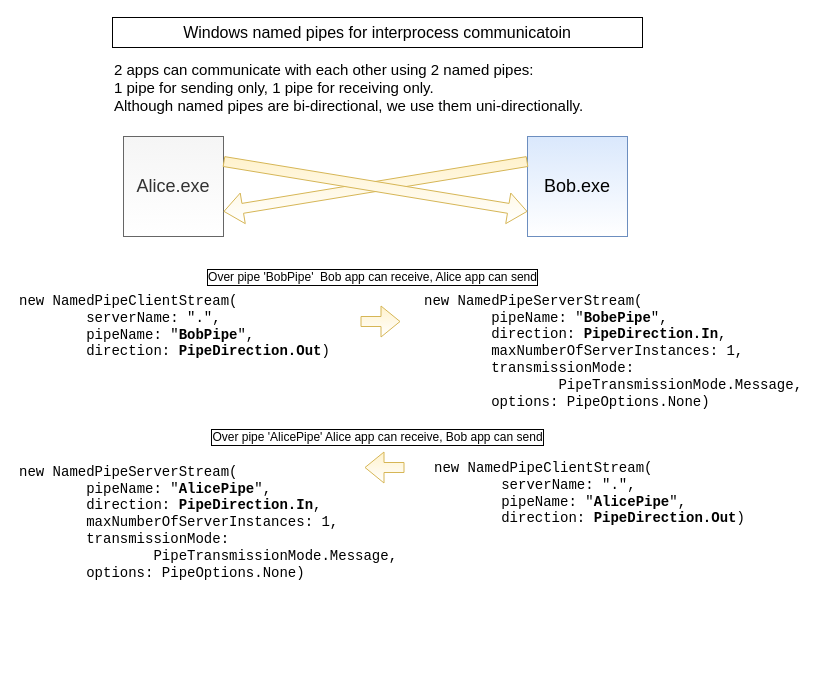
Before: docs/NamedPipes.drawio in nklkli/NamedPipes, a draw.io diagram. Source tidied: cells renumbered, new cells numbered last; positions are measured from the earlier drawing's top-left corner, leaving out a move shared by most shapes. Both pictures are drawn from the tidied source at 100%, with x=0, y=0 at pixel (17, 17).
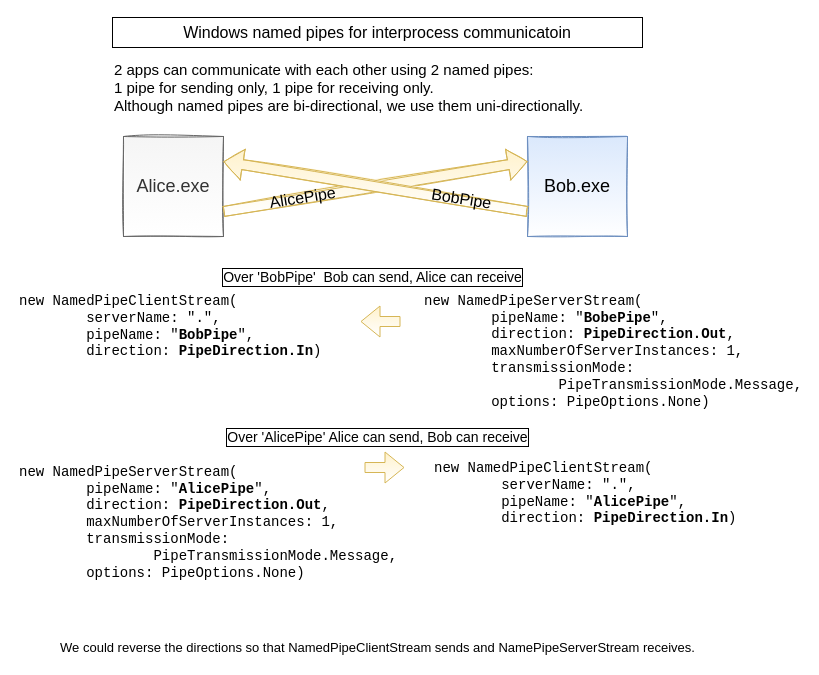
The same page after the edit.

Commit message (it also covers changes not shown here):
Diagram improved, directions reversed

Change to the diagram source:
```diff
@@
-    <mxCell id="2" value="Alice.exe" style="whiteSpace=wrap;html=1;fillColor=#f5f5f5;fontColor=#333333;strokeColor=#666666;gradientColor=#ffffff;fontSize=18;" parent="1" vertex="1">
+    <mxCell id="2" value="Alice.exe" style="whiteSpace=wrap;html=1;fillColor=#f5f5f5;fontColor=#333333;strokeColor=#666666;gradientColor=#ffffff;fontSize=18;sketch=1;" parent="1" vertex="1">
       <mxGeometry x="106" y="119" width="100" height="100" as="geometry" />
     </mxCell>
-    <mxCell id="3" value="Bob.exe" style="whiteSpace=wrap;html=1;fillColor=#dae8fc;strokeColor=#6c8ebf;gradientColor=#ffffff;shadow=0;fontSize=18;" parent="1" vertex="1">
+    <mxCell id="3" value="Bob.exe" style="whiteSpace=wrap;html=1;fillColor=#dae8fc;strokeColor=#6c8ebf;gradientColor=#ffffff;shadow=0;fontSize=18;glass=0;rounded=0;sketch=1;" parent="1" vertex="1">
       <mxGeometry x="510" y="119" width="100" height="100" as="geometry" />
     </mxCell>
-    <mxCell id="4" style="shape=flexArrow;endArrow=classic;html=1;rounded=1;strokeColor=#d6b656;shadow=0;fillColor=#fff2cc;gradientColor=#ffffff;entryX=1;entryY=0.75;entryDx=0;entryDy=0;exitX=0;exitY=0.25;exitDx=0;exitDy=0;" parent="1" edge="1" source="3" target="2">
+    <mxCell id="4" style="shape=flexArrow;endArrow=classic;html=1;rounded=1;strokeColor=#d6b656;shadow=0;fillColor=#fff2cc;gradientColor=#ffffff;entryX=0;entryY=0.25;entryDx=0;entryDy=0;exitX=1;exitY=0.75;exitDx=0;exitDy=0;sketch=1;" parent="1" edge="1" source="2" target="3">
       <mxGeometry relative="1" as="geometry" />
     </mxCell>
+    <mxCell id="16" value="AlicePipe" style="edgeLabel;html=1;align=center;verticalAlign=middle;fontSize=16;rotation=351;labelBackgroundColor=none;" parent="4" vertex="1">
+      <mxGeometry x="0.61" y="1" relative="1" as="geometry">
+        <mxPoint x="-166" y="27" as="offset" />
+      </mxGeometry>
+    </mxCell>
-    <mxCell id="5" style="shape=flexArrow;endArrow=classic;html=1;rounded=1;strokeColor=#d6b656;shadow=0;fillColor=#fff2cc;exitX=1;exitY=0.25;exitDx=0;exitDy=0;entryX=0;entryY=0.75;entryDx=0;entryDy=0;endSize=6;startSize=6;gradientColor=#ffffff;" parent="1" edge="1" source="2" target="3">
+    <mxCell id="5" style="shape=flexArrow;endArrow=classic;html=1;rounded=1;strokeColor=#d6b656;shadow=0;fillColor=#fff2cc;exitX=0;exitY=0.75;exitDx=0;exitDy=0;entryX=1;entryY=0.25;entryDx=0;entryDy=0;endSize=6;startSize=6;gradientColor=#ffffff;sketch=1;" parent="1" edge="1" source="3" target="2">
       <mxGeometry relative="1" as="geometry" />
     </mxCell>
+    <mxCell id="17" value="BobPipe" style="edgeLabel;align=center;verticalAlign=middle;fontSize=16;html=1;horizontal=1;rotation=9;labelBackgroundColor=none;" parent="5" vertex="1">
+      <mxGeometry x="-0.25" y="-2" relative="1" as="geometry">
+        <mxPoint x="48" y="7" as="offset" />
+      </mxGeometry>
+    </mxCell>
-    <mxCell id="6" value="&lt;div style=&quot;font-size: 14px;&quot;&gt;new NamedPipeClientStream(&lt;/div&gt;&lt;div style=&quot;font-size: 14px;&quot;&gt;&lt;span style=&quot;white-space: pre; font-size: 14px;&quot;&gt;&#9;&lt;/span&gt;serverName: &quot;.&quot;,&lt;/div&gt;&lt;div style=&quot;font-size: 14px;&quot;&gt;&amp;nbsp; &amp;nbsp; &amp;nbsp; &amp;nbsp; pipeName: &quot;&lt;b style=&quot;font-size: 14px;&quot;&gt;BobPipe&lt;/b&gt;&quot;,&lt;/div&gt;&lt;div style=&quot;font-size: 14px;&quot;&gt;&amp;nbsp; &amp;nbsp; &amp;nbsp; &amp;nbsp; direction: &lt;b style=&quot;font-size: 14px;&quot;&gt;PipeDirection.Out&lt;/b&gt;)&lt;/div&gt;" style="text;html=1;align=left;verticalAlign=middle;strokeColor=none;fillColor=none;fontFamily=Consolas;fontSize=14;" parent="1" vertex="1">
-      <mxGeometry y="274" width="300" height="70" as="geometry" />
+    <mxCell id="6" value="&lt;div style=&quot;font-size: 14px&quot;&gt;new NamedPipeClientStream(&lt;/div&gt;&lt;div style=&quot;font-size: 14px&quot;&gt;&lt;span style=&quot;white-space: pre ; font-size: 14px&quot;&gt;&#9;&lt;/span&gt;serverName: &quot;.&quot;,&lt;/div&gt;&lt;div style=&quot;font-size: 14px&quot;&gt;&amp;nbsp; &amp;nbsp; &amp;nbsp; &amp;nbsp; pipeName: &quot;&lt;b style=&quot;font-size: 14px&quot;&gt;BobPipe&lt;/b&gt;&quot;,&lt;/div&gt;&lt;div style=&quot;font-size: 14px&quot;&gt;&amp;nbsp; &amp;nbsp; &amp;nbsp; &amp;nbsp; direction: &lt;b style=&quot;font-size: 14px&quot;&gt;PipeDirection.In&lt;/b&gt;)&lt;/div&gt;" style="text;html=1;align=left;verticalAlign=middle;strokeColor=none;fillColor=none;fontFamily=Consolas;fontSize=14;" parent="1" vertex="1">
+      <mxGeometry y="274" width="290" height="70" as="geometry" />
     </mxCell>
-    <mxCell id="7" value="new NamedPipeServerStream(&lt;br style=&quot;font-size: 14px;&quot;&gt;&amp;nbsp; &amp;nbsp; &lt;span style=&quot;white-space: pre; font-size: 14px;&quot;&gt;&#9;&lt;/span&gt;pipeName: &quot;&lt;b style=&quot;font-size: 14px;&quot;&gt;BobePipe&lt;/b&gt;&quot;,&lt;br style=&quot;font-size: 14px;&quot;&gt;&lt;span style=&quot;white-space: pre; font-size: 14px;&quot;&gt;&#9;&lt;/span&gt;direction: &lt;b style=&quot;font-size: 14px;&quot;&gt;PipeDirection.In&lt;/b&gt;,&lt;br style=&quot;font-size: 14px;&quot;&gt;&amp;nbsp; &amp;nbsp; &amp;nbsp; &amp;nbsp; maxNumberOfServerInstances: 1,&lt;br style=&quot;font-size: 14px;&quot;&gt;&amp;nbsp; &amp;nbsp; &amp;nbsp; &amp;nbsp; transmissionMode: &lt;br style=&quot;font-size: 14px;&quot;&gt;&lt;span style=&quot;white-space: pre; font-size: 14px;&quot;&gt;&#9;&lt;/span&gt;&lt;span style=&quot;white-space: pre; font-size: 14px;&quot;&gt;&#9;&lt;/span&gt;PipeTransmissionMode.Message,&lt;br style=&quot;font-size: 14px;&quot;&gt;&amp;nbsp; &amp;nbsp; &amp;nbsp; &amp;nbsp; options: PipeOptions.None)" style="text;html=1;align=left;verticalAlign=middle;strokeColor=none;fillColor=none;fontFamily=Consolas;fontSize=14;" parent="1" vertex="1">
+    <mxCell id="7" value="new NamedPipeServerStream(&lt;br style=&quot;font-size: 14px&quot;&gt;&amp;nbsp; &amp;nbsp; &lt;span style=&quot;white-space: pre ; font-size: 14px&quot;&gt;&#9;&lt;/span&gt;pipeName: &quot;&lt;b style=&quot;font-size: 14px&quot;&gt;BobePipe&lt;/b&gt;&quot;,&lt;br style=&quot;font-size: 14px&quot;&gt;&lt;span style=&quot;white-space: pre ; font-size: 14px&quot;&gt;&#9;&lt;/span&gt;direction: &lt;b style=&quot;font-size: 14px&quot;&gt;PipeDirection.Out&lt;/b&gt;,&lt;br style=&quot;font-size: 14px&quot;&gt;&amp;nbsp; &amp;nbsp; &amp;nbsp; &amp;nbsp; maxNumberOfServerInstances: 1,&lt;br style=&quot;font-size: 14px&quot;&gt;&amp;nbsp; &amp;nbsp; &amp;nbsp; &amp;nbsp; transmissionMode: &lt;br style=&quot;font-size: 14px&quot;&gt;&lt;span style=&quot;white-space: pre ; font-size: 14px&quot;&gt;&#9;&lt;/span&gt;&lt;span style=&quot;white-space: pre ; font-size: 14px&quot;&gt;&#9;&lt;/span&gt;PipeTransmissionMode.Message,&lt;br style=&quot;font-size: 14px&quot;&gt;&amp;nbsp; &amp;nbsp; &amp;nbsp; &amp;nbsp; options: PipeOptions.None)" style="text;html=1;align=left;verticalAlign=middle;strokeColor=none;fillColor=none;fontFamily=Consolas;fontSize=14;" parent="1" vertex="1">
       <mxGeometry x="405" y="274" width="360" height="120" as="geometry" />
     </mxCell>
     <mxCell id="8" style="shape=flexArrow;endArrow=classic;html=1;rounded=1;strokeColor=#d6b656;shadow=0;fillColor=#fff2cc;exitX=1;exitY=0.25;exitDx=0;exitDy=0;endSize=6;startSize=6;gradientColor=#ffffff;" parent="1" edge="1">
       <mxGeometry relative="1" as="geometry">
-        <mxPoint x="343" y="304" as="sourcePoint" />
-        <mxPoint x="383" y="304" as="targetPoint" />
+        <mxPoint x="383" y="304" as="sourcePoint" />
+        <mxPoint x="343" y="304" as="targetPoint" />
       </mxGeometry>
     </mxCell>
-    <mxCell id="9" value="&lt;div style=&quot;font-size: 14px;&quot;&gt;new NamedPipeClientStream(&lt;/div&gt;&lt;div style=&quot;font-size: 14px;&quot;&gt;&lt;span style=&quot;white-space: pre; font-size: 14px;&quot;&gt;&#9;&lt;/span&gt;serverName: &quot;.&quot;,&lt;/div&gt;&lt;div style=&quot;font-size: 14px;&quot;&gt;&amp;nbsp; &amp;nbsp; &amp;nbsp; &amp;nbsp; pipeName: &quot;&lt;b style=&quot;font-size: 14px;&quot;&gt;AlicePipe&lt;/b&gt;&quot;,&lt;/div&gt;&lt;div style=&quot;font-size: 14px;&quot;&gt;&amp;nbsp; &amp;nbsp; &amp;nbsp; &amp;nbsp; direction: &lt;b style=&quot;font-size: 14px;&quot;&gt;PipeDirection.Out&lt;/b&gt;)&lt;/div&gt;" style="text;html=1;align=left;verticalAlign=middle;strokeColor=none;fillColor=none;fontFamily=Consolas;fontSize=14;" parent="1" vertex="1">
-      <mxGeometry x="415" y="441" width="300" height="70" as="geometry" />
+    <mxCell id="9" value="&lt;div style=&quot;font-size: 14px&quot;&gt;new NamedPipeClientStream(&lt;/div&gt;&lt;div style=&quot;font-size: 14px&quot;&gt;&lt;span style=&quot;white-space: pre ; font-size: 14px&quot;&gt;&#9;&lt;/span&gt;serverName: &quot;.&quot;,&lt;/div&gt;&lt;div style=&quot;font-size: 14px&quot;&gt;&amp;nbsp; &amp;nbsp; &amp;nbsp; &amp;nbsp; pipeName: &quot;&lt;b style=&quot;font-size: 14px&quot;&gt;AlicePipe&lt;/b&gt;&quot;,&lt;/div&gt;&lt;div style=&quot;font-size: 14px&quot;&gt;&amp;nbsp; &amp;nbsp; &amp;nbsp; &amp;nbsp; direction: &lt;b style=&quot;font-size: 14px&quot;&gt;PipeDirection.In&lt;/b&gt;)&lt;/div&gt;" style="text;html=1;align=left;verticalAlign=middle;strokeColor=none;fillColor=none;fontFamily=Consolas;fontSize=14;" parent="1" vertex="1">
+      <mxGeometry x="415" y="441" width="290" height="70" as="geometry" />
     </mxCell>
     <mxCell id="10" style="shape=flexArrow;endArrow=classic;html=1;rounded=1;strokeColor=#d6b656;shadow=0;fillColor=#fff2cc;exitX=1;exitY=0.25;exitDx=0;exitDy=0;endSize=6;startSize=6;gradientColor=#ffffff;" parent="1" edge="1">
       <mxGeometry relative="1" as="geometry">
-        <mxPoint x="387" y="450" as="sourcePoint" />
-        <mxPoint x="347" y="450" as="targetPoint" />
+        <mxPoint x="347" y="450" as="sourcePoint" />
+        <mxPoint x="387" y="450" as="targetPoint" />
       </mxGeometry>
     </mxCell>
-    <mxCell id="11" value="new NamedPipeServerStream(&lt;br style=&quot;font-size: 14px;&quot;&gt;&amp;nbsp; &amp;nbsp; &lt;span style=&quot;white-space: pre; font-size: 14px;&quot;&gt;&#9;&lt;/span&gt;pipeName: &quot;&lt;b style=&quot;font-size: 14px;&quot;&gt;AlicePipe&lt;/b&gt;&quot;,&lt;br style=&quot;font-size: 14px;&quot;&gt;&lt;span style=&quot;white-space: pre; font-size: 14px;&quot;&gt;&#9;&lt;/span&gt;direction: &lt;b style=&quot;font-size: 14px;&quot;&gt;PipeDirection.In&lt;/b&gt;,&lt;br style=&quot;font-size: 14px;&quot;&gt;&amp;nbsp; &amp;nbsp; &amp;nbsp; &amp;nbsp; maxNumberOfServerInstances: 1,&lt;br style=&quot;font-size: 14px;&quot;&gt;&amp;nbsp; &amp;nbsp; &amp;nbsp; &amp;nbsp; transmissionMode: &lt;br style=&quot;font-size: 14px;&quot;&gt;&lt;span style=&quot;white-space: pre; font-size: 14px;&quot;&gt;&#9;&lt;/span&gt;&lt;span style=&quot;white-space: pre; font-size: 14px;&quot;&gt;&#9;&lt;/span&gt;PipeTransmissionMode.Message,&lt;br style=&quot;font-size: 14px;&quot;&gt;&amp;nbsp; &amp;nbsp; &amp;nbsp; &amp;nbsp; options: PipeOptions.None)" style="text;html=1;align=left;verticalAlign=middle;strokeColor=none;fillColor=none;fontFamily=Consolas;fontSize=14;" parent="1" vertex="1">
+    <mxCell id="11" value="new NamedPipeServerStream(&lt;br style=&quot;font-size: 14px&quot;&gt;&amp;nbsp; &amp;nbsp; &lt;span style=&quot;white-space: pre ; font-size: 14px&quot;&gt;&#9;&lt;/span&gt;pipeName: &quot;&lt;b style=&quot;font-size: 14px&quot;&gt;AlicePipe&lt;/b&gt;&quot;,&lt;br style=&quot;font-size: 14px&quot;&gt;&lt;span style=&quot;white-space: pre ; font-size: 14px&quot;&gt;&#9;&lt;/span&gt;direction: &lt;b style=&quot;font-size: 14px&quot;&gt;PipeDirection.Out&lt;/b&gt;,&lt;br style=&quot;font-size: 14px&quot;&gt;&amp;nbsp; &amp;nbsp; &amp;nbsp; &amp;nbsp; maxNumberOfServerInstances: 1,&lt;br style=&quot;font-size: 14px&quot;&gt;&amp;nbsp; &amp;nbsp; &amp;nbsp; &amp;nbsp; transmissionMode: &lt;br style=&quot;font-size: 14px&quot;&gt;&lt;span style=&quot;white-space: pre ; font-size: 14px&quot;&gt;&#9;&lt;/span&gt;&lt;span style=&quot;white-space: pre ; font-size: 14px&quot;&gt;&#9;&lt;/span&gt;PipeTransmissionMode.Message,&lt;br style=&quot;font-size: 14px&quot;&gt;&amp;nbsp; &amp;nbsp; &amp;nbsp; &amp;nbsp; options: PipeOptions.None)" style="text;html=1;align=left;verticalAlign=middle;strokeColor=none;fillColor=none;fontFamily=Consolas;fontSize=14;" parent="1" vertex="1">
       <mxGeometry y="445" width="360" height="120" as="geometry" />
     </mxCell>
@@
-    <mxCell id="13" value="Over pipe 'AlicePipe' Alice app can receive, Bob app can send" style="text;html=1;align=center;verticalAlign=middle;strokeColor=none;fillColor=none;fontSize=12;labelBorderColor=default;" parent="1" vertex="1">
-      <mxGeometry x="185" y="410" width="350" height="20" as="geometry" />
+    <mxCell id="13" value="Over 'AlicePipe' Alice can send, Bob can receive" style="text;html=1;align=center;verticalAlign=middle;strokeColor=none;fillColor=none;fontSize=14;labelBorderColor=default;" parent="1" vertex="1">
+      <mxGeometry x="200" y="410" width="320" height="20" as="geometry" />
     </mxCell>
-    <mxCell id="14" value="Over pipe 'BobPipe'&amp;nbsp; Bob app can receive, Alice app can send" style="text;html=1;align=center;verticalAlign=middle;strokeColor=none;fillColor=none;fontSize=12;labelBackgroundColor=none;labelBorderColor=default;" parent="1" vertex="1">
-      <mxGeometry x="185" y="250" width="340" height="20" as="geometry" />
+    <mxCell id="14" value="Over 'BobPipe'&amp;nbsp; Bob can send, Alice can receive" style="text;html=1;align=center;verticalAlign=middle;strokeColor=none;fillColor=none;fontSize=14;labelBackgroundColor=none;labelBorderColor=default;" parent="1" vertex="1">
+      <mxGeometry x="200" y="250" width="310" height="20" as="geometry" />
     </mxCell>
@@
+    <mxCell id="18" value="We could reverse the directions so that NamedPipeClientStream sends and NamePipeServerStream receives." style="text;html=1;align=center;verticalAlign=middle;strokeColor=none;fillColor=none;fontSize=13;" parent="1" vertex="1">
+      <mxGeometry x="35" y="620" width="650" height="20" as="geometry" />
+    </mxCell>
```
